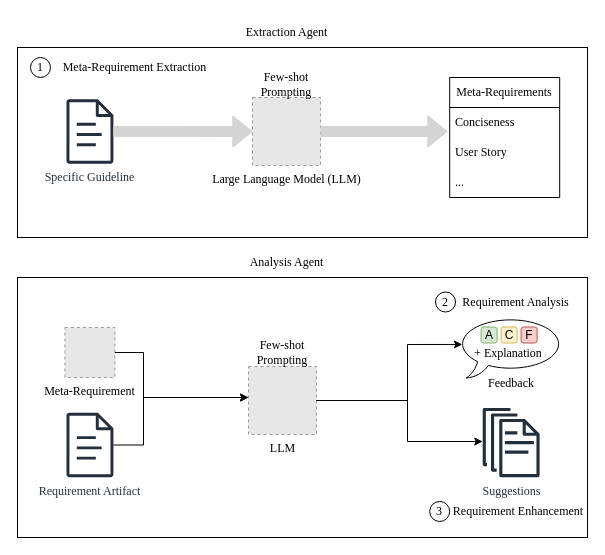
Before: Untitled Diagram.drawio in TizianDippold/llm-ticket-checker, a draw.io diagram. Source tidied: cells renumbered, new cells numbered last; positions are measured from the earlier drawing's top-left corner, leaving out a move shared by most shapes. Both pictures are drawn from the tidied source at 100%, with x=0, y=0 at pixel (17, 17). Pictures stored in the file or linked from it are replaced by grey dashed boxes.
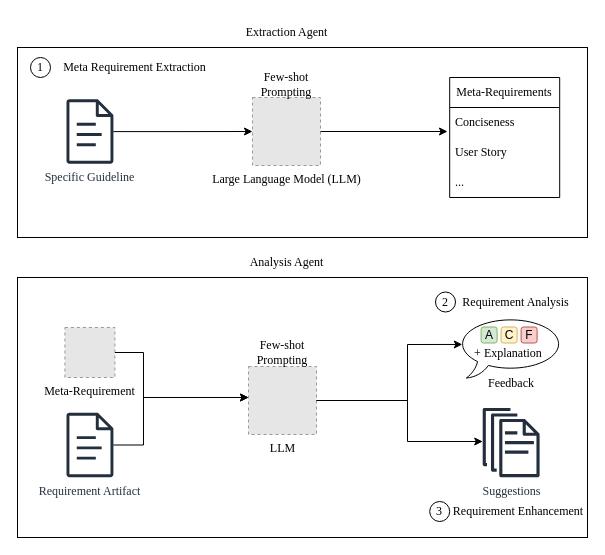
Above is the later version.

Unchanged cells that the change refers to:
```xml
<mxCell id="3" value="Large Language Model (LLM)" style="fillColor=#E6E6E6;strokeColor=#999999;dashed=1;html=1;verticalAlign=top;verticalLabelPosition=bottom;labelBackgroundColor=none;fontFamily=Times New Roman;" parent="1" vertex="1">
  <mxGeometry x="235" y="80" width="68" height="68" as="geometry" />
</mxCell>
<mxCell id="10" value="Specific Guideline" style="sketch=0;outlineConnect=0;fontColor=#232F3E;gradientColor=none;fillColor=#232F3D;strokeColor=none;dashed=0;verticalLabelPosition=bottom;verticalAlign=top;align=center;html=1;fontSize=12;fontStyle=0;shape=mxgraph.aws4.document;fontFamily=Times New Roman;" parent="1" vertex="1">
  <mxGeometry x="48.9" y="81.8" width="47.1" height="64.5" as="geometry" />
</mxCell>
```

What changed in the source:
```diff
@@
-    <mxCell id="4" style="edgeStyle=orthogonalEdgeStyle;rounded=0;jettySize=auto;html=1;shape=flexArrow;fillColor=#D4D4D4;fillStyle=auto;strokeColor=#D4D4D4;fontFamily=Times New Roman;" parent="1" edge="1" source="3">
+    <mxCell id="4" style="edgeStyle=orthogonalEdgeStyle;rounded=0;jettySize=auto;html=1;fillColor=#D4D4D4;fillStyle=auto;strokeColor=default;fontFamily=Times New Roman;" parent="1" edge="1" source="3">
       <mxGeometry relative="1" as="geometry">
         <mxPoint x="430" y="114" as="targetPoint" />
       </mxGeometry>
     </mxCell>
@@
-    <mxCell id="11" style="edgeStyle=orthogonalEdgeStyle;rounded=0;jettySize=auto;html=1;shape=flexArrow;fillColor=#D4D4D4;fillStyle=auto;strokeColor=#D4D4D4;fontFamily=Times New Roman;" parent="1" edge="1" source="10" target="3">
+    <mxCell id="11" style="edgeStyle=orthogonalEdgeStyle;rounded=0;jettySize=auto;html=1;fillColor=#D4D4D4;fillStyle=auto;strokeColor=default;fontFamily=Times New Roman;" parent="1" edge="1" source="10" target="3">
       <mxGeometry relative="1" as="geometry" />
     </mxCell>
@@
-    <mxCell id="23" value="Meta-Requirement Extraction" style="text;html=1;align=center;verticalAlign=middle;whiteSpace=wrap;rounded=0;fontFamily=Times New Roman;" parent="1" vertex="1">
+    <mxCell id="23" value="Meta Requirement Extraction" style="text;html=1;align=center;verticalAlign=middle;whiteSpace=wrap;rounded=0;fontFamily=Times New Roman;" parent="1" vertex="1">
       <mxGeometry x="34.4" y="35" width="167" height="30" as="geometry" />
     </mxCell>
```
